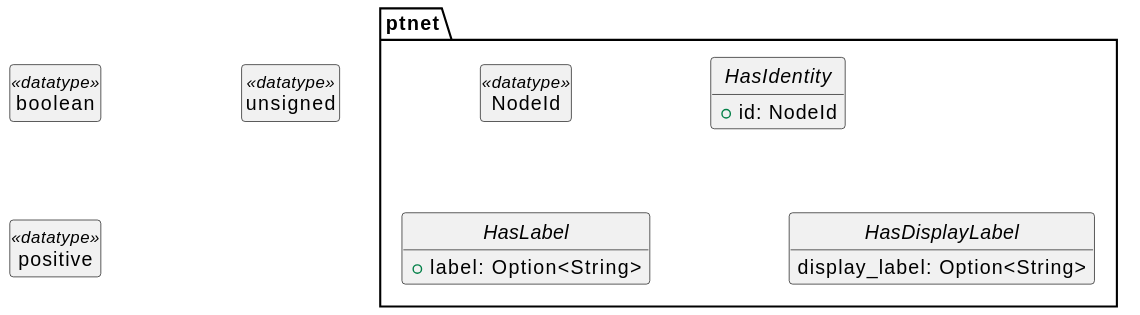
This is doc/ptnet-model-core.svg from johnstonskj/rust-ptnets, a PlantUML export, as it was before one commit. Source of this version:
```plantuml
@startuml
skinparam backgroundColor transparent
skinparam style strictuml
skinparam linetype polyline
skinparam nodesep 100

hide circle
hide empty members

package ptnet  {
    class NodeId <<datatype>>

    interface HasIdentity {
        +id: NodeId
    }

    interface HasLabel {
        +label: Option<String>
    }

    interface HasDisplayLabel {
        display_label: Option<String>
    }
}
class boolean <<datatype>>
class unsigned <<datatype>>
class positive <<datatype>>
@enduml
```
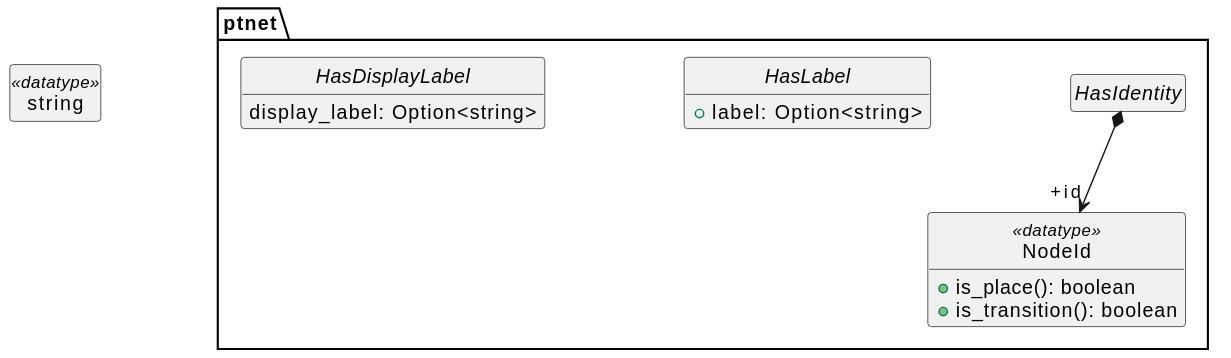
The same diagram one commit later.

What changed in the source:
```diff
@@ -8,21 +8,21 @@
 hide empty members
 
 package ptnet  {
-    class NodeId <<datatype>>
-
-    interface HasIdentity {
-        +id: NodeId
+    class NodeId <<datatype>> {
+        +is_place(): boolean
+        +is_transition(): boolean
     }
 
+    interface HasIdentity {}
+    HasIdentity *-down-> "+id" NodeId
+
     interface HasLabel {
-        +label: Option<String>
+        +label: Option<string>
     }
 
     interface HasDisplayLabel {
-        display_label: Option<String>
+        display_label: Option<string>
     }
 }
-class boolean <<datatype>>
-class unsigned <<datatype>>
-class positive <<datatype>>
+class string <<datatype>>
 @enduml
```
